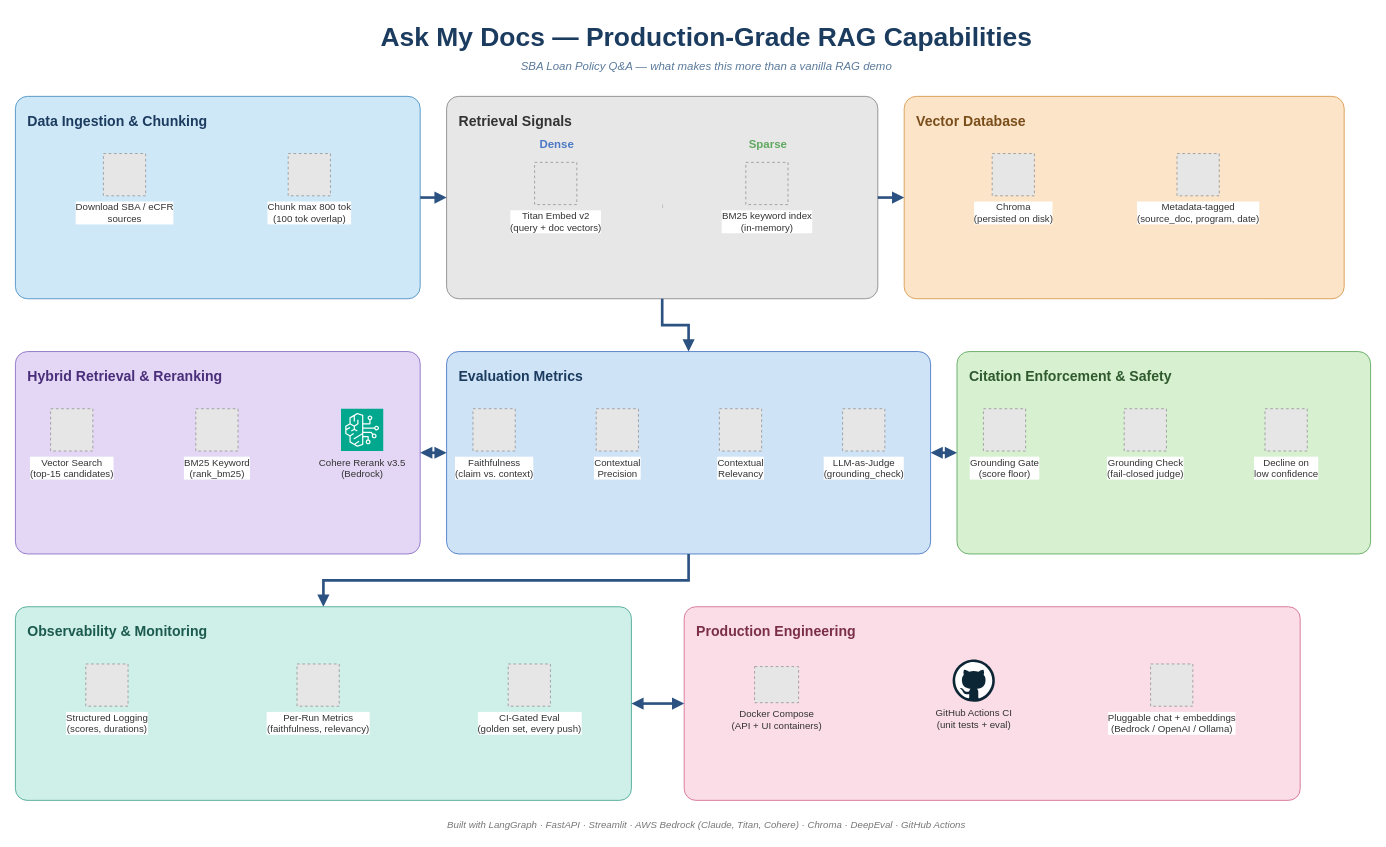
Earlier version of the draw.io diagram docs/diagrams/capabilities.drawio (aaqibkhorasi/Production-Grade-RAG). Source tidied: cells renumbered, new cells numbered last; positions are measured from the earlier drawing's top-left corner, leaving out a move shared by most shapes. Both pictures are drawn from the tidied source at 88%, with x=0, y=0 at pixel (15, 15). Pictures stored in the file or linked from it are replaced by grey dashed boxes.
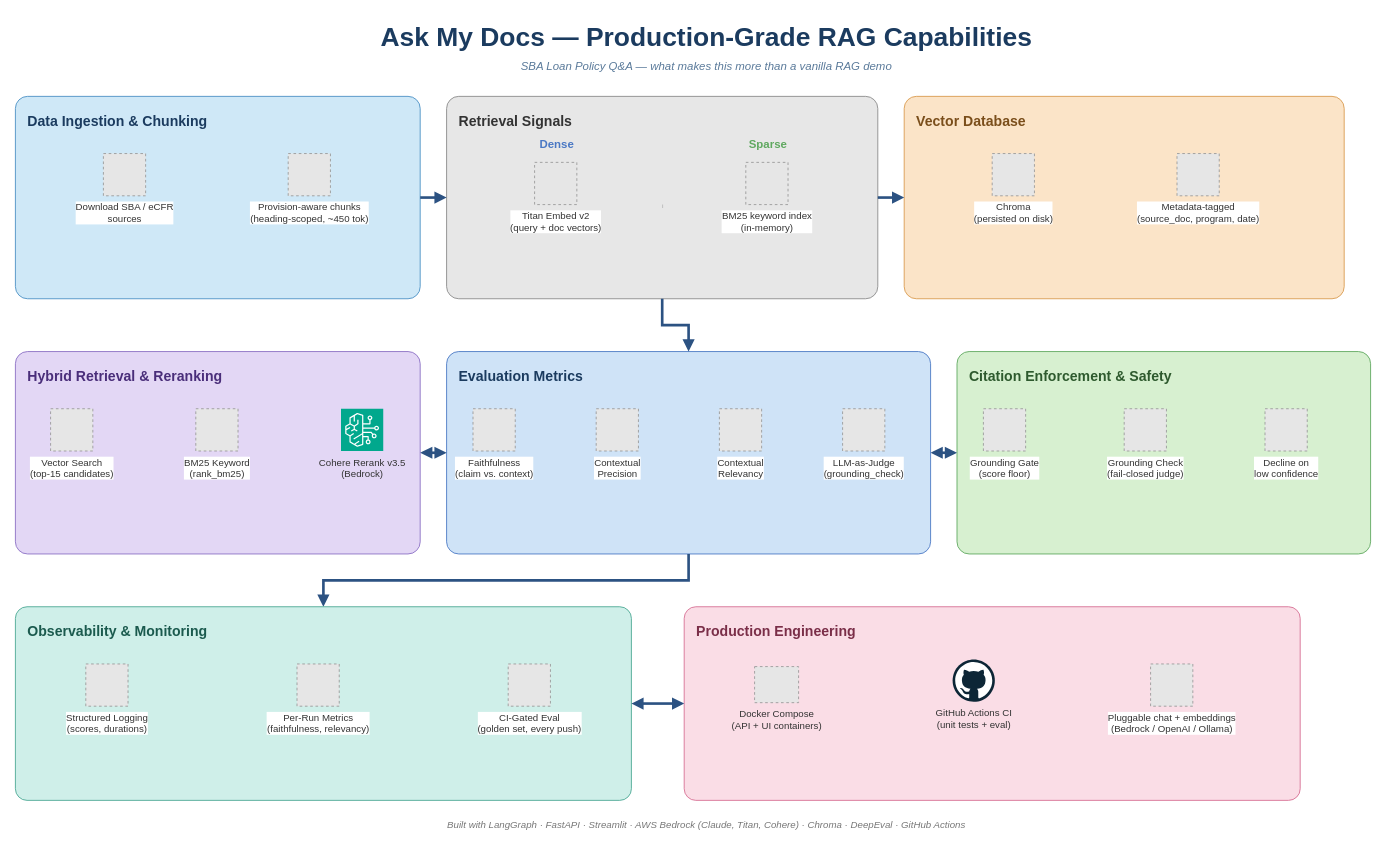
The same page after the edit.

Commit message (it also covers changes not shown here):
Document provision-aware chunking and its measured effect

Change to the diagram source:
```diff
@@
-    <mxCell id="6" value="Chunk max 800 tok&#10;(100 tok overlap)" style="fillColor=#E6E6E6;strokeColor=#999999;dashed=1;html=1;verticalAlign=top;verticalLabelPosition=bottom;labelBackgroundColor=default;fontSize=11;fontColor=#333333;" parent="1" vertex="1">
+    <mxCell id="6" value="Provision-aware chunks&#10;(heading-scoped, ~450 tok)" style="fillColor=#E6E6E6;strokeColor=#999999;dashed=1;html=1;verticalAlign=top;verticalLabelPosition=bottom;labelBackgroundColor=default;fontSize=11;fontColor=#333333;" parent="1" vertex="1">
       <mxGeometry x="310" y="157" width="48" height="48" as="geometry" />
     </mxCell>
```
